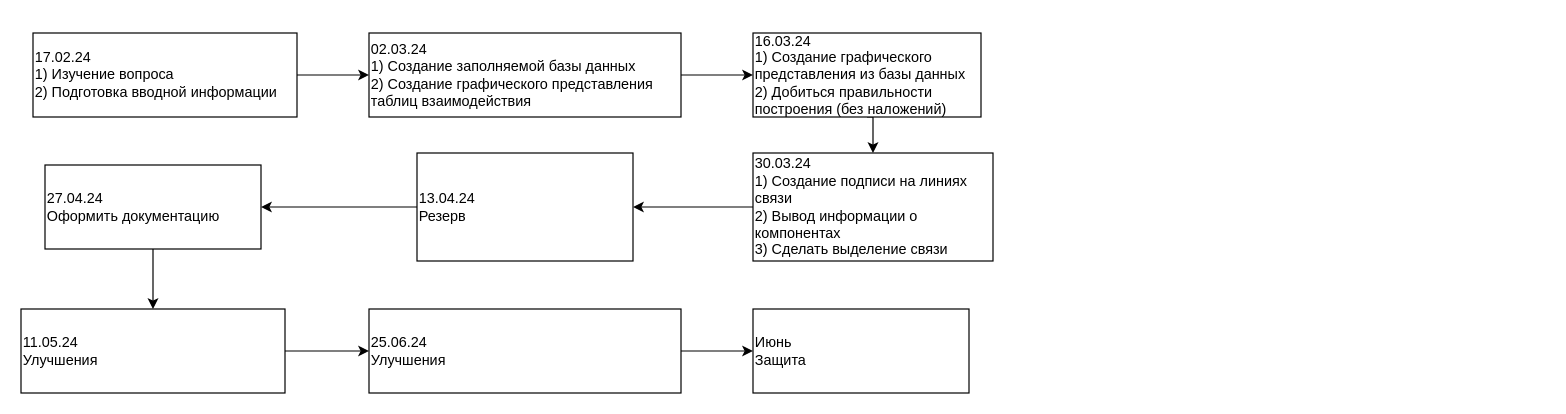
Above: road_map.drawio in Gugush284/ISDM (draw.io), before the change. Source tidied: cells renumbered, new cells numbered last; positions are measured from the earlier drawing's top-left corner, leaving out a move shared by most shapes. Both pictures are drawn from the tidied source at 120%, with x=0, y=0 at pixel (20, 32).
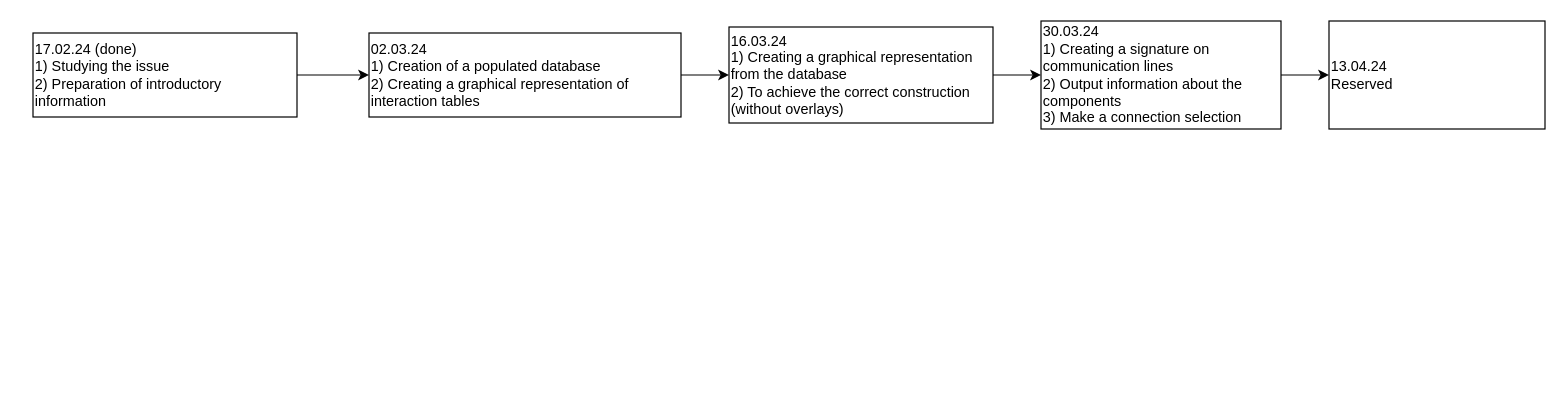
Above is the later version.

Commit message (it also covers changes not shown here):
Update road map

The edit, as a diff of the source:
```diff
@@
 <mxGraphModel>
   <root>
     <mxCell id="0" />
     <mxCell id="1" parent="0" />
     <mxCell id="2" style="edgeStyle=orthogonalEdgeStyle;rounded=0;jettySize=auto;html=1;exitX=1;exitY=0.5;exitDx=0;exitDy=0;entryX=0;entryY=0.5;entryDx=0;entryDy=0;" parent="1" edge="1" source="3" target="5">
       <mxGeometry relative="1" as="geometry" />
     </mxCell>
-    <mxCell id="3" value="17.02.24&lt;br&gt;1) Изучение вопроса&lt;br&gt;2) Подготовка вводной информации" style="rounded=0;whiteSpace=wrap;html=1;align=left;" parent="1" vertex="1">
+    <mxCell id="3" value="&lt;div&gt;17.02.24 (done)&lt;/div&gt;&lt;div&gt;1) Studying the issue&lt;/div&gt;&lt;div&gt;2) Preparation of introductory information&lt;/div&gt;" style="rounded=0;whiteSpace=wrap;html=1;align=left;" parent="1" vertex="1">
       <mxGeometry x="10" width="220" height="70" as="geometry" />
     </mxCell>
     <mxCell id="4" style="edgeStyle=orthogonalEdgeStyle;rounded=0;jettySize=auto;html=1;exitX=1;exitY=0.5;exitDx=0;exitDy=0;entryX=0;entryY=0.5;entryDx=0;entryDy=0;" parent="1" edge="1" source="5" target="7">
       <mxGeometry relative="1" as="geometry" />
     </mxCell>
-    <mxCell id="5" value="02.03.24&lt;br&gt;1) Создание заполняемой базы данных&lt;br&gt;2) Создание графического представления таблиц взаимодействия" style="rounded=0;whiteSpace=wrap;html=1;align=left;" parent="1" vertex="1">
+    <mxCell id="5" value="&lt;div&gt;02.03.24&lt;/div&gt;&lt;div&gt;1) Creation of a populated database&lt;/div&gt;&lt;div&gt;2) Creating a graphical representation of interaction tables&lt;/div&gt;" style="rounded=0;whiteSpace=wrap;html=1;align=left;" parent="1" vertex="1">
       <mxGeometry x="290" width="260" height="70" as="geometry" />
     </mxCell>
-    <mxCell id="6" style="edgeStyle=orthogonalEdgeStyle;rounded=0;jettySize=auto;html=1;exitX=0.5;exitY=1;exitDx=0;exitDy=0;entryX=0.5;entryY=0;entryDx=0;entryDy=0;" parent="1" edge="1" source="7" target="9">
+    <mxCell id="6" style="edgeStyle=orthogonalEdgeStyle;rounded=0;jettySize=auto;html=1;exitX=1;exitY=0.5;exitDx=0;exitDy=0;entryX=0;entryY=0.5;entryDx=0;entryDy=0;" parent="1" edge="1" source="7" target="9">
       <mxGeometry relative="1" as="geometry" />
     </mxCell>
-    <mxCell id="7" value="16.03.24&lt;br&gt;1) Создание графического представления из базы данных&lt;br&gt;2) Добиться правильности построения (без наложений)" style="rounded=0;whiteSpace=wrap;html=1;align=left;" parent="1" vertex="1">
-      <mxGeometry x="610" width="190" height="70" as="geometry" />
+    <mxCell id="7" value="&lt;div&gt;16.03.24&lt;/div&gt;&lt;div&gt;1) Creating a graphical representation from the database&lt;/div&gt;&lt;div&gt;2) To achieve the correct construction (without overlays)&lt;/div&gt;" style="rounded=0;whiteSpace=wrap;html=1;align=left;" parent="1" vertex="1">
+      <mxGeometry x="590" y="-5" width="220" height="80" as="geometry" />
     </mxCell>
-    <mxCell id="8" style="edgeStyle=orthogonalEdgeStyle;rounded=0;jettySize=auto;html=1;exitX=0;exitY=0.5;exitDx=0;exitDy=0;" parent="1" edge="1" source="9" target="11">
+    <mxCell id="8" style="edgeStyle=orthogonalEdgeStyle;rounded=0;jettySize=auto;html=1;exitX=1;exitY=0.5;exitDx=0;exitDy=0;entryX=0;entryY=0.5;entryDx=0;entryDy=0;" parent="1" edge="1" source="9" target="11">
       <mxGeometry relative="1" as="geometry" />
     </mxCell>
-    <mxCell id="9" value="30.03.24&lt;br&gt;1) Создание подписи на линиях связи&lt;br style=&quot;border-color: var(--border-color);&quot;&gt;2) Вывод информации о компонентах&lt;br style=&quot;border-color: var(--border-color);&quot;&gt;3) Сделать выделение связи" style="rounded=0;whiteSpace=wrap;html=1;align=left;" parent="1" vertex="1">
-      <mxGeometry x="610" y="100" width="200" height="90" as="geometry" />
+    <mxCell id="9" value="&lt;div&gt;30.03.24&lt;/div&gt;&lt;div&gt;1) Creating a signature on communication lines&lt;/div&gt;&lt;div&gt;2) Output information about the components&lt;/div&gt;&lt;div&gt;3) Make a connection selection&lt;/div&gt;" style="rounded=0;whiteSpace=wrap;html=1;align=left;" parent="1" vertex="1">
+      <mxGeometry x="850" y="-10" width="200" height="90" as="geometry" />
     </mxCell>
-    <mxCell id="10" style="edgeStyle=orthogonalEdgeStyle;rounded=0;jettySize=auto;html=1;exitX=0;exitY=0.5;exitDx=0;exitDy=0;entryX=1;entryY=0.5;entryDx=0;entryDy=0;" parent="1" edge="1" source="11" target="13">
-      <mxGeometry relative="1" as="geometry" />
-    </mxCell>
-    <mxCell id="11" value="13.04.24&lt;div&gt;Резерв&lt;/div&gt;" style="rounded=0;whiteSpace=wrap;html=1;align=left;" parent="1" vertex="1">
-      <mxGeometry x="330" y="100" width="180" height="90" as="geometry" />
+    <mxCell id="11" value="&lt;div&gt;13.04.24&lt;/div&gt;&lt;div&gt;Reserved&lt;/div&gt;" style="rounded=0;whiteSpace=wrap;html=1;align=left;" parent="1" vertex="1">
+      <mxGeometry x="1090" y="-10" width="180" height="90" as="geometry" />
     </mxCell>
-    <mxCell id="12" style="edgeStyle=orthogonalEdgeStyle;rounded=0;jettySize=auto;html=1;exitX=0.5;exitY=1;exitDx=0;exitDy=0;entryX=0.5;entryY=0;entryDx=0;entryDy=0;" parent="1" edge="1" source="13" target="15">
-      <mxGeometry relative="1" as="geometry" />
-    </mxCell>
-    <mxCell id="13" value="27.04.24&lt;br&gt;&lt;div&gt;Оформить документацию&lt;/div&gt;" style="rounded=0;whiteSpace=wrap;html=1;align=left;" parent="1" vertex="1">
-      <mxGeometry x="20" y="110" width="180" height="70" as="geometry" />
-    </mxCell>
-    <mxCell id="14" style="edgeStyle=orthogonalEdgeStyle;rounded=0;jettySize=auto;html=1;exitX=1;exitY=0.5;exitDx=0;exitDy=0;entryX=0;entryY=0.5;entryDx=0;entryDy=0;" parent="1" edge="1" source="15" target="17">
-      <mxGeometry relative="1" as="geometry" />
-    </mxCell>
-    <mxCell id="15" value="11.05.24&lt;br&gt;Улучшения" style="rounded=0;whiteSpace=wrap;html=1;align=left;" parent="1" vertex="1">
-      <mxGeometry y="230" width="220" height="70" as="geometry" />
-    </mxCell>
-    <mxCell id="16" style="edgeStyle=orthogonalEdgeStyle;rounded=0;jettySize=auto;html=1;exitX=1;exitY=0.5;exitDx=0;exitDy=0;entryX=0;entryY=0.5;entryDx=0;entryDy=0;" parent="1" edge="1" source="17" target="18">
-      <mxGeometry relative="1" as="geometry" />
-    </mxCell>
-    <mxCell id="17" value="25.06.24&lt;br&gt;Улучшения" style="rounded=0;whiteSpace=wrap;html=1;align=left;" parent="1" vertex="1">
-      <mxGeometry x="290" y="230" width="260" height="70" as="geometry" />
-    </mxCell>
-    <mxCell id="18" value="Июнь&lt;br&gt;Защита" style="rounded=0;whiteSpace=wrap;html=1;align=left;" parent="1" vertex="1">
-      <mxGeometry x="610" y="230" width="180" height="70" as="geometry" />
-    </mxCell>
   </root>
 </mxGraphModel>
```
